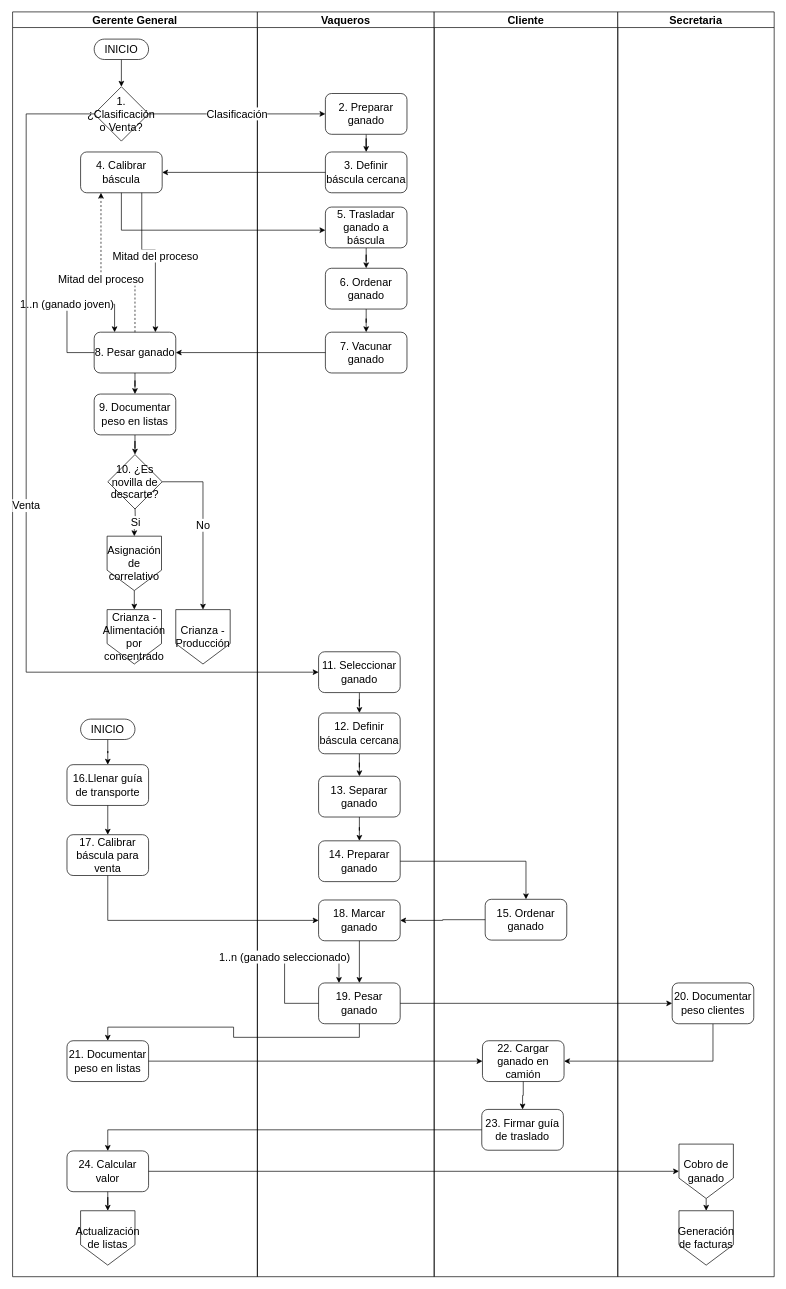
This is page "PR-FN-00013 - Pesa de ganado" (4 of 5) of FSJB.drawio from prtigofn/Dev2.0, a draw.io file, before an edit. Source tidied: cells renumbered, new cells numbered last; positions are measured from the earlier drawing's top-left corner, leaving out a move shared by most shapes. Both pictures are drawn from the tidied source at 68%, with x=0, y=0 at pixel (12, 12).
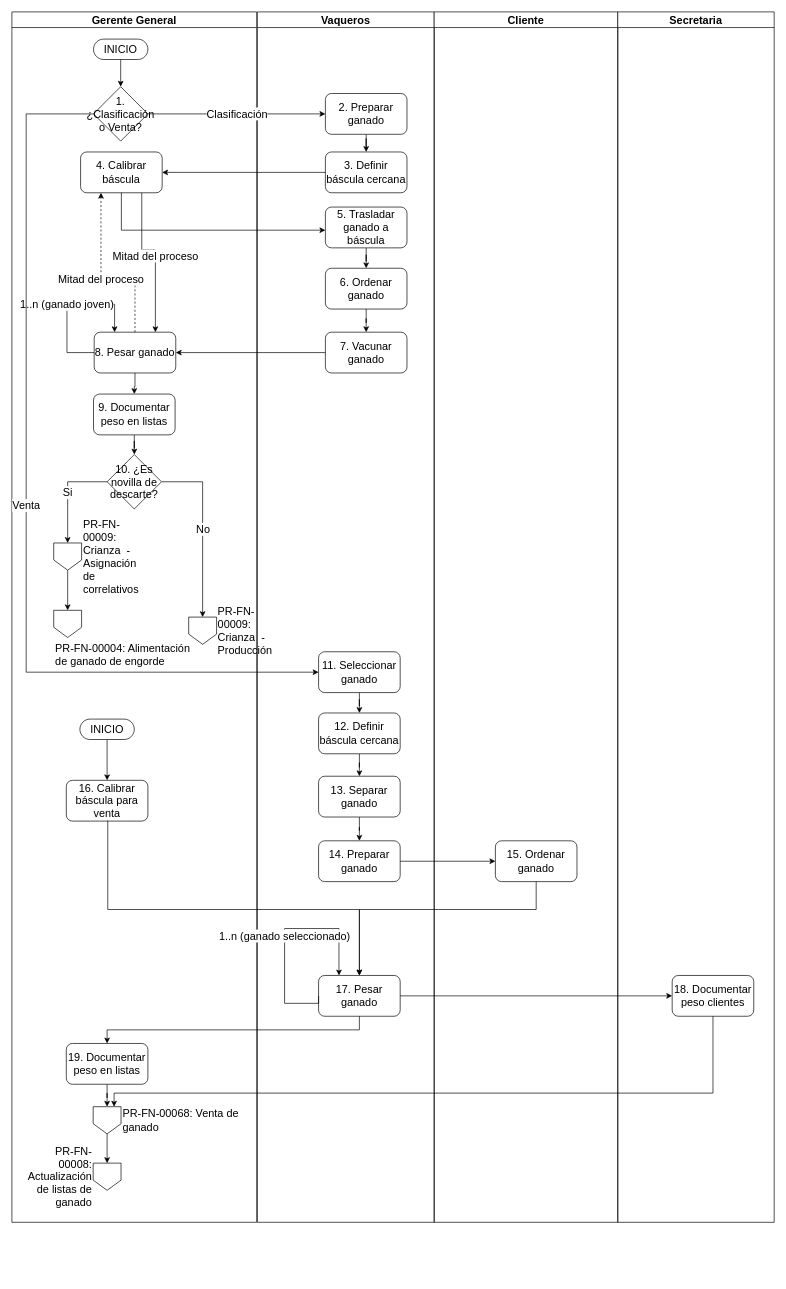
The same page after the edit.

The change refers to these unchanged cells:
```xml
<mxCell id="11" value="10. ¿Es novilla de descarte?" style="rhombus;whiteSpace=wrap;html=1;rounded=0;fontSize=16;" parent="2" vertex="1">
  <mxGeometry x="140" y="651" width="80" height="80" as="geometry" />
</mxCell>
<mxCell id="21" value="INICIO" style="html=1;dashed=0;whiteSpace=wrap;shape=mxgraph.dfd.start;fontSize=16;" parent="2" vertex="1">
  <mxGeometry x="100" y="1040" width="80" height="30" as="geometry" />
</mxCell>
```

What changed in the source:
```diff
@@
     <mxCell id="2" value="Gerente General" style="swimlane;whiteSpace=wrap;html=1;fontSize=16;" parent="1" vertex="1">
-      <mxGeometry width="360" height="1860" as="geometry" />
+      <mxGeometry x="-1" width="360" height="1780" as="geometry" />
     </mxCell>
@@
-    <mxCell id="6" style="edgeStyle=orthogonalEdgeStyle;rounded=0;jettySize=auto;html=1;entryX=0.5;entryY=0;entryDx=0;entryDy=0;exitX=0.5;exitY=1;exitDx=0;exitDy=0;fontSize=16;" parent="2" edge="1" source="18" target="7">
-      <mxGeometry relative="1" as="geometry" />
-    </mxCell>
-    <mxCell id="7" value="Crianza - Alimentación por concentrado" style="shape=offPageConnector;whiteSpace=wrap;html=1;fontSize=16;" parent="2" vertex="1">
-      <mxGeometry x="139" y="879" width="80" height="80" as="geometry" />
-    </mxCell>
@@
-    <mxCell id="10" value="No" style="edgeStyle=orthogonalEdgeStyle;rounded=0;jettySize=auto;html=1;exitX=1;exitY=0.5;exitDx=0;exitDy=0;fontSize=16;" parent="2" edge="1" source="11" target="12">
+    <mxCell id="10" value="No" style="edgeStyle=orthogonalEdgeStyle;rounded=0;jettySize=auto;html=1;exitX=1;exitY=0.5;exitDx=0;exitDy=0;fontSize=16;entryX=0.5;entryY=0;entryDx=0;entryDy=0;" parent="2" edge="1" source="11" target="75">
       <mxGeometry relative="1" as="geometry" />
     </mxCell>
@@
-    <mxCell id="12" value="Crianza - Producción" style="shape=offPageConnector;whiteSpace=wrap;html=1;fontSize=16;" parent="2" vertex="1">
-      <mxGeometry x="240" y="879" width="80" height="80" as="geometry" />
-    </mxCell>
-    <mxCell id="13" value="Si" style="edgeStyle=orthogonalEdgeStyle;rounded=0;jettySize=auto;html=1;entryX=0.5;entryY=0;entryDx=0;entryDy=0;fontSize=16;" parent="2" edge="1" target="18">
-      <mxGeometry relative="1" as="geometry">
-        <mxPoint x="180.1" y="729.9" as="sourcePoint" />
-      </mxGeometry>
+    <mxCell id="13" value="Si" style="edgeStyle=orthogonalEdgeStyle;rounded=0;jettySize=auto;html=1;entryX=0.5;entryY=0;entryDx=0;entryDy=0;fontSize=16;exitX=0;exitY=0.5;exitDx=0;exitDy=0;" parent="2" edge="1" source="11" target="18">
+      <mxGeometry relative="1" as="geometry" />
     </mxCell>
-    <mxCell id="14" value="16.Llenar guía de transporte" style="rounded=1;whiteSpace=wrap;html=1;fontSize=16;" parent="2" vertex="1">
-      <mxGeometry x="80" y="1107" width="120" height="60" as="geometry" />
-    </mxCell>
-    <mxCell id="15" value="17. Calibrar báscula para venta" style="rounded=1;whiteSpace=wrap;html=1;fontSize=16;" parent="2" vertex="1">
-      <mxGeometry x="80" y="1210" width="120" height="60" as="geometry" />
+    <mxCell id="15" value="16. Calibrar báscula para venta" style="rounded=1;whiteSpace=wrap;html=1;fontSize=16;" parent="2" vertex="1">
+      <mxGeometry x="80" y="1130" width="120" height="60" as="geometry" />
     </mxCell>
-    <mxCell id="16" style="edgeStyle=orthogonalEdgeStyle;rounded=0;jettySize=auto;html=1;fontSize=16;" parent="2" edge="1" source="14" target="15">
-      <mxGeometry relative="1" as="geometry" />
-    </mxCell>
-    <mxCell id="17" value="Actualización de listas" style="shape=offPageConnector;whiteSpace=wrap;html=1;fontSize=16;" parent="2" vertex="1">
-      <mxGeometry x="100" y="1763" width="80" height="80" as="geometry" />
-    </mxCell>
+    <mxCell id="74" style="edgeStyle=orthogonalEdgeStyle;rounded=0;jettySize=auto;html=1;exitX=0.5;exitY=1;exitDx=0;exitDy=0;entryX=0.5;entryY=0;entryDx=0;entryDy=0;" parent="2" edge="1" source="18" target="79">
+      <mxGeometry relative="1" as="geometry" />
+    </mxCell>
-    <mxCell id="18" value="Asignación de correlativo" style="shape=offPageConnector;whiteSpace=wrap;html=1;fontSize=16;" parent="2" vertex="1">
-      <mxGeometry x="139" y="771" width="80" height="80" as="geometry" />
+    <mxCell id="18" value="PR-FN-00009: Crianza  - Asignación de correlativos" style="shape=offPageConnector;fontSize=16;labelPosition=right;verticalLabelPosition=middle;align=left;verticalAlign=middle;html=1;whiteSpace=wrap;" parent="2" vertex="1">
+      <mxGeometry x="61.5" y="781" width="41" height="40" as="geometry" />
     </mxCell>
-    <mxCell id="19" value="21. Documentar peso en listas" style="rounded=1;whiteSpace=wrap;html=1;fontSize=16;" parent="2" vertex="1">
-      <mxGeometry x="80" y="1513" width="120" height="60" as="geometry" />
+    <mxCell id="19" value="19. Documentar peso en listas" style="rounded=1;whiteSpace=wrap;html=1;fontSize=16;" parent="2" vertex="1">
+      <mxGeometry x="80" y="1517" width="120" height="60" as="geometry" />
     </mxCell>
-    <mxCell id="20" style="edgeStyle=orthogonalEdgeStyle;rounded=0;jettySize=auto;html=1;exitX=0.5;exitY=0.5;exitDx=0;exitDy=15;exitPerimeter=0;fontSize=16;" parent="2" edge="1" source="21" target="14">
+    <mxCell id="20" style="edgeStyle=orthogonalEdgeStyle;rounded=0;jettySize=auto;html=1;exitX=0.5;exitY=0.5;exitDx=0;exitDy=15;exitPerimeter=0;fontSize=16;entryX=0.5;entryY=0;entryDx=0;entryDy=0;" parent="2" edge="1" source="21" target="15">
       <mxGeometry relative="1" as="geometry" />
     </mxCell>
@@
+    <mxCell id="75" value="PR-FN-00009: Crianza  - Producción" style="shape=offPageConnector;fontSize=16;labelPosition=right;verticalLabelPosition=middle;align=left;verticalAlign=middle;whiteSpace=wrap;" parent="2" vertex="1">
+      <mxGeometry x="260" y="890" width="41" height="40" as="geometry" />
+    </mxCell>
+    <mxCell id="76" value="PR-FN-00008:&#10;Actualización de listas de ganado" style="shape=offPageConnector;fontSize=16;labelPosition=left;verticalLabelPosition=middle;align=right;verticalAlign=middle;whiteSpace=wrap;" parent="2" vertex="1">
+      <mxGeometry x="119.5" y="1693" width="41" height="40" as="geometry" />
+    </mxCell>
+    <mxCell id="77" style="edgeStyle=orthogonalEdgeStyle;rounded=0;jettySize=auto;html=1;exitX=0.5;exitY=1;exitDx=0;exitDy=0;entryX=0.5;entryY=0;entryDx=0;entryDy=0;" parent="2" edge="1" source="78" target="76">
+      <mxGeometry relative="1" as="geometry" />
+    </mxCell>
+    <mxCell id="78" value="PR-FN-00068: Venta de&lt;br&gt;ganado" style="shape=offPageConnector;fontSize=16;labelPosition=right;verticalLabelPosition=middle;align=left;verticalAlign=middle;html=1;" parent="2" vertex="1">
+      <mxGeometry x="119.5" y="1610" width="41" height="40" as="geometry" />
+    </mxCell>
+    <mxCell id="72" style="edgeStyle=orthogonalEdgeStyle;rounded=0;jettySize=auto;html=1;fontSize=16;entryX=0.5;entryY=0;entryDx=0;entryDy=0;" parent="2" edge="1" source="19" target="78">
+      <mxGeometry relative="1" as="geometry" />
+    </mxCell>
+    <mxCell id="79" value="PR-FN-00004: Alimentación&lt;br&gt;de ganado de engorde" style="shape=offPageConnector;fontSize=16;labelPosition=center;verticalLabelPosition=bottom;align=left;verticalAlign=top;html=1;" parent="2" vertex="1">
+      <mxGeometry x="61.5" y="880" width="41" height="40" as="geometry" />
+    </mxCell>
     <mxCell id="22" value="Vaqueros" style="swimlane;whiteSpace=wrap;html=1;fontSize=16;" parent="1" vertex="1">
-      <mxGeometry x="360" width="260" height="1860" as="geometry" />
+      <mxGeometry x="360" width="260" height="1780" as="geometry" />
     </mxCell>
@@
-    <mxCell id="44" value="18. Marcar ganado" style="rounded=1;whiteSpace=wrap;html=1;fontSize=16;" parent="22" vertex="1">
-      <mxGeometry x="90" y="1306" width="120" height="60" as="geometry" />
-    </mxCell>
@@
     <mxCell id="47" value="Cliente" style="swimlane;whiteSpace=wrap;html=1;fontSize=16;" parent="1" vertex="1">
-      <mxGeometry x="620" width="270" height="1860" as="geometry" />
+      <mxGeometry x="620" width="270" height="1780" as="geometry" />
     </mxCell>
     <mxCell id="48" value="15. Ordenar ganado" style="rounded=1;whiteSpace=wrap;html=1;fontSize=16;" parent="47" vertex="1">
-      <mxGeometry x="75" y="1305" width="120" height="60" as="geometry" />
+      <mxGeometry x="90" y="1219" width="120" height="60" as="geometry" />
     </mxCell>
-    <mxCell id="49" value="24. Calcular valor" style="rounded=1;whiteSpace=wrap;html=1;fontSize=16;" parent="47" vertex="1">
-      <mxGeometry x="-540" y="1675" width="120" height="60" as="geometry" />
-    </mxCell>
-    <mxCell id="50" value="23. Firmar guía de traslado" style="rounded=1;whiteSpace=wrap;html=1;fontSize=16;" parent="47" vertex="1">
-      <mxGeometry x="70" y="1614" width="120" height="60" as="geometry" />
-    </mxCell>
-    <mxCell id="51" style="edgeStyle=orthogonalEdgeStyle;rounded=0;jettySize=auto;html=1;fontSize=16;" parent="47" edge="1" source="50" target="49">
-      <mxGeometry relative="1" as="geometry" />
-    </mxCell>
     <mxCell id="52" value="Secretaria" style="swimlane;whiteSpace=wrap;html=1;fontSize=16;" parent="1" vertex="1">
-      <mxGeometry x="890" width="230" height="1860" as="geometry" />
+      <mxGeometry x="890" width="230" height="1780" as="geometry" />
     </mxCell>
-    <mxCell id="53" style="edgeStyle=orthogonalEdgeStyle;rounded=0;jettySize=auto;html=1;exitX=0.5;exitY=1;exitDx=0;exitDy=0;entryX=1;entryY=0.5;entryDx=0;entryDy=0;fontSize=16;" parent="52" edge="1" source="55" target="57">
-      <mxGeometry relative="1" as="geometry" />
-    </mxCell>
-    <mxCell id="54" value="19. Pesar ganado" style="rounded=1;whiteSpace=wrap;html=1;fontSize=16;" parent="52" vertex="1">
-      <mxGeometry x="-440" y="1428" width="120" height="60" as="geometry" />
+    <mxCell id="54" value="17. Pesar ganado" style="rounded=1;whiteSpace=wrap;html=1;fontSize=16;" parent="52" vertex="1">
+      <mxGeometry x="-440" y="1417" width="120" height="60" as="geometry" />
     </mxCell>
-    <mxCell id="55" value="20. Documentar peso clientes" style="rounded=1;whiteSpace=wrap;html=1;fontSize=16;" parent="52" vertex="1">
-      <mxGeometry x="80" y="1428" width="120" height="60" as="geometry" />
+    <mxCell id="55" value="18. Documentar peso clientes" style="rounded=1;whiteSpace=wrap;html=1;fontSize=16;" parent="52" vertex="1">
+      <mxGeometry x="80" y="1417" width="120" height="60" as="geometry" />
     </mxCell>
@@
-    <mxCell id="57" value="22. Cargar ganado en camión" style="rounded=1;whiteSpace=wrap;html=1;fontSize=16;" parent="52" vertex="1">
-      <mxGeometry x="-199" y="1513" width="120" height="60" as="geometry" />
-    </mxCell>
-    <mxCell id="58" value="Generación de facturas" style="shape=offPageConnector;whiteSpace=wrap;html=1;fontSize=16;" parent="52" vertex="1">
-      <mxGeometry x="90" y="1763" width="80" height="80" as="geometry" />
-    </mxCell>
-    <mxCell id="59" style="edgeStyle=orthogonalEdgeStyle;rounded=0;jettySize=auto;html=1;exitX=0.5;exitY=1;exitDx=0;exitDy=0;entryX=0.5;entryY=0;entryDx=0;entryDy=0;fontSize=16;" parent="52" edge="1" source="60" target="58">
-      <mxGeometry relative="1" as="geometry" />
-    </mxCell>
-    <mxCell id="60" value="Cobro de ganado" style="shape=offPageConnector;whiteSpace=wrap;html=1;fontSize=16;" parent="52" vertex="1">
-      <mxGeometry x="90" y="1665" width="80" height="80" as="geometry" />
-    </mxCell>
     <mxCell id="61" value="1..n (ganado seleccionado)" style="edgeStyle=orthogonalEdgeStyle;rounded=0;orthogonalLoop=1;jettySize=auto;html=1;exitX=0;exitY=0.5;exitDx=0;exitDy=0;entryX=0.25;entryY=0;entryDx=0;entryDy=0;fontSize=16;" parent="52" edge="1" source="54" target="54">
       <mxGeometry relative="1" as="geometry">
         <Array as="points">
+          <mxPoint x="-440" y="1458" />
           <mxPoint x="-490" y="1458" />
-          <mxPoint x="-490" y="1390" />
-          <mxPoint x="-410" y="1390" />
+          <mxPoint x="-490" y="1348" />
+          <mxPoint x="-410" y="1348" />
         </Array>
       </mxGeometry>
     </mxCell>
@@
-    <mxCell id="65" style="edgeStyle=orthogonalEdgeStyle;rounded=0;jettySize=auto;html=1;exitX=0;exitY=0.5;exitDx=0;exitDy=0;entryX=1;entryY=0.5;entryDx=0;entryDy=0;fontSize=16;" parent="1" edge="1" source="48" target="44">
-      <mxGeometry relative="1" as="geometry" />
+    <mxCell id="65" style="edgeStyle=orthogonalEdgeStyle;rounded=0;jettySize=auto;html=1;exitX=0.5;exitY=1;exitDx=0;exitDy=0;entryX=0.5;entryY=0;entryDx=0;entryDy=0;fontSize=16;" parent="1" edge="1" source="48" target="54">
+      <mxGeometry relative="1" as="geometry">
+        <Array as="points">
+          <mxPoint x="770" y="1320" />
+          <mxPoint x="510" y="1320" />
+        </Array>
+      </mxGeometry>
     </mxCell>
-    <mxCell id="66" style="edgeStyle=orthogonalEdgeStyle;rounded=0;jettySize=auto;html=1;exitX=0.5;exitY=1;exitDx=0;exitDy=0;entryX=0;entryY=0.5;entryDx=0;entryDy=0;fontSize=16;" parent="1" edge="1" source="15" target="44">
+    <mxCell id="66" style="edgeStyle=orthogonalEdgeStyle;rounded=0;jettySize=auto;html=1;exitX=0.5;exitY=1;exitDx=0;exitDy=0;entryX=0.5;entryY=0;entryDx=0;entryDy=0;fontSize=16;" parent="1" edge="1" source="15" target="54">
       <mxGeometry relative="1" as="geometry">
         <Array as="points">
-          <mxPoint x="140" y="1336" />
+          <mxPoint x="140" y="1320" />
+          <mxPoint x="510" y="1320" />
         </Array>
       </mxGeometry>
     </mxCell>
-    <mxCell id="67" style="edgeStyle=orthogonalEdgeStyle;rounded=0;jettySize=auto;html=1;fontSize=16;" parent="1" edge="1" source="44" target="54">
-      <mxGeometry relative="1" as="geometry" />
-    </mxCell>
-    <mxCell id="68" style="edgeStyle=orthogonalEdgeStyle;rounded=0;jettySize=auto;html=1;entryX=0;entryY=0.5;entryDx=0;entryDy=0;fontSize=16;" parent="1" edge="1" source="49" target="60">
-      <mxGeometry relative="1" as="geometry" />
-    </mxCell>
-    <mxCell id="69" style="edgeStyle=orthogonalEdgeStyle;rounded=0;jettySize=auto;html=1;entryX=0.5;entryY=0;entryDx=0;entryDy=0;fontSize=16;" parent="1" edge="1" source="49" target="17">
-      <mxGeometry relative="1" as="geometry" />
-    </mxCell>
-    <mxCell id="70" style="edgeStyle=orthogonalEdgeStyle;rounded=0;jettySize=auto;html=1;exitX=0.5;exitY=1;exitDx=0;exitDy=0;fontSize=16;" parent="1" edge="1" source="57" target="50">
-      <mxGeometry relative="1" as="geometry" />
-    </mxCell>
@@
-    <mxCell id="72" style="edgeStyle=orthogonalEdgeStyle;rounded=0;jettySize=auto;html=1;fontSize=16;" parent="1" edge="1" source="19" target="57">
-      <mxGeometry relative="1" as="geometry" />
-    </mxCell>
@@
+    <mxCell id="53" style="edgeStyle=orthogonalEdgeStyle;rounded=0;jettySize=auto;html=1;exitX=0.5;exitY=1;exitDx=0;exitDy=0;entryX=0.75;entryY=0;entryDx=0;entryDy=0;fontSize=16;" parent="1" edge="1" source="55" target="78">
+      <mxGeometry relative="1" as="geometry">
+        <Array as="points">
+          <mxPoint x="1030" y="1590" />
+          <mxPoint x="150" y="1590" />
+        </Array>
+      </mxGeometry>
+    </mxCell>
```
